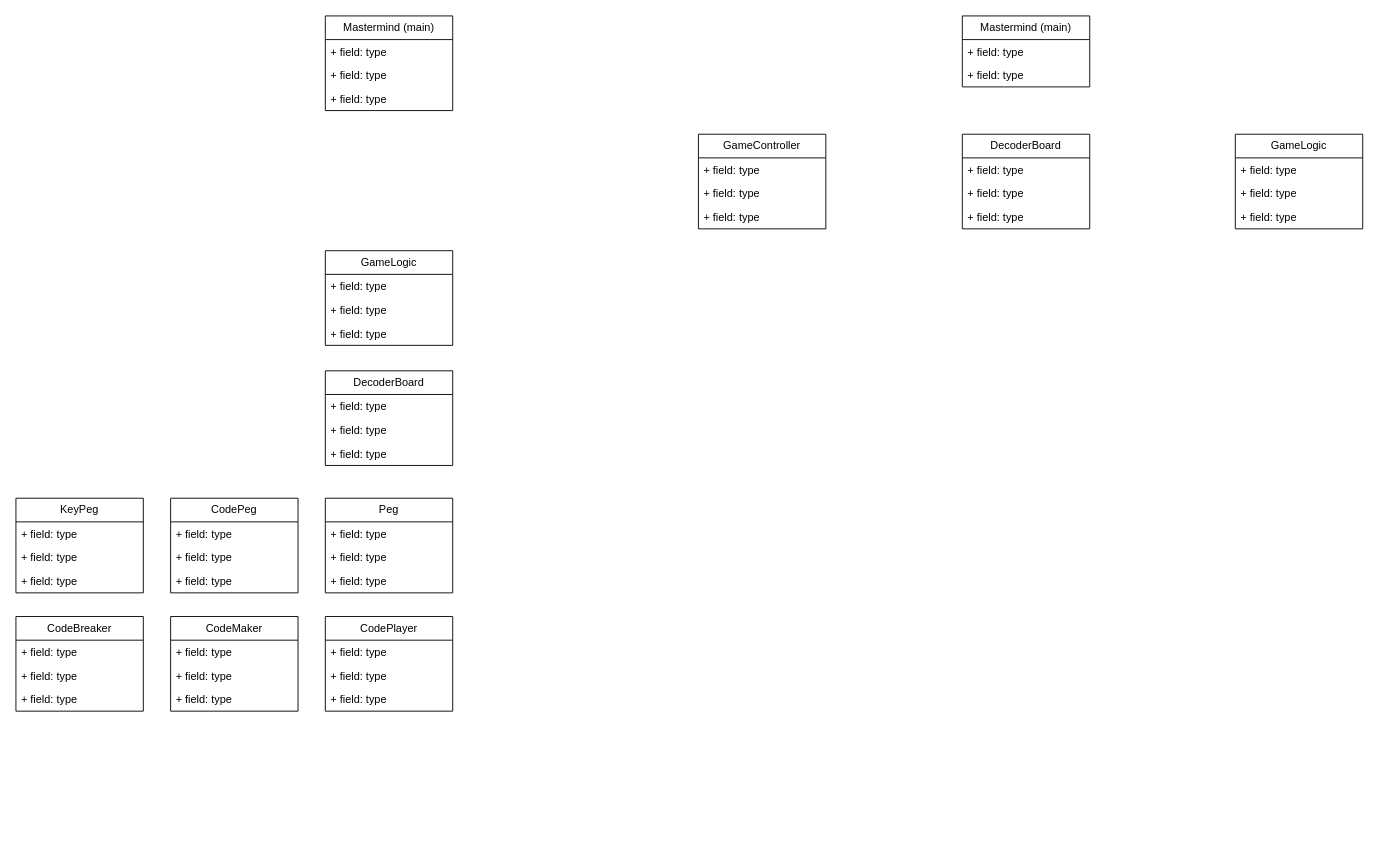
This is mastermind.drawio from ZephyRemix/mastermind-boardgame, a draw.io file, before an edit. Source tidied: cells renumbered, new cells numbered last; positions are measured from the earlier drawing's top-left corner, leaving out a move shared by most shapes. Both pictures are drawn from the tidied source at 91%, with x=0, y=0 at pixel (15, 15).
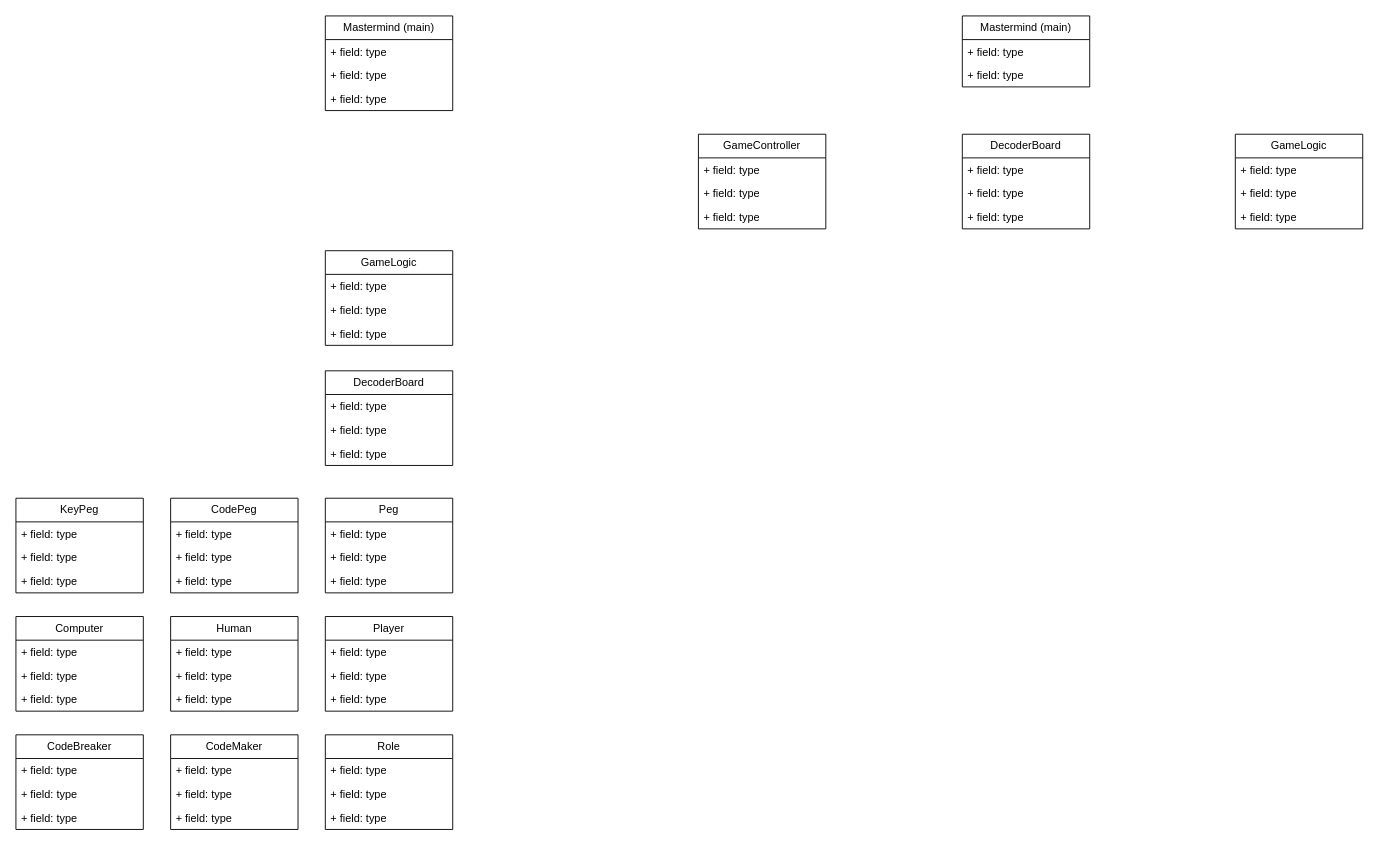
Above is the later version.

The edit, as a diff of the source:
```diff
@@
-    <mxCell id="30" value="CodePlayer" style="swimlane;fontStyle=0;horizontal=1;startSize=26;fillColor=none;whiteSpace=wrap;html=1;" parent="1" vertex="1">
+    <mxCell id="30" value="Player" style="swimlane;fontStyle=0;horizontal=1;startSize=26;fillColor=none;whiteSpace=wrap;html=1;" parent="1" vertex="1">
       <mxGeometry x="340" y="660" width="140" height="104" as="geometry" />
     </mxCell>
@@
-    <mxCell id="34" value="CodeMaker" style="swimlane;fontStyle=0;horizontal=1;startSize=26;fillColor=none;whiteSpace=wrap;html=1;" parent="1" vertex="1">
+    <mxCell id="34" value="Human" style="swimlane;fontStyle=0;horizontal=1;startSize=26;fillColor=none;whiteSpace=wrap;html=1;" parent="1" vertex="1">
       <mxGeometry x="170" y="660" width="140" height="104" as="geometry" />
     </mxCell>
@@
-    <mxCell id="38" value="CodeBreaker" style="swimlane;fontStyle=0;horizontal=1;startSize=26;fillColor=none;whiteSpace=wrap;html=1;" parent="1" vertex="1">
+    <mxCell id="38" value="Computer" style="swimlane;fontStyle=0;horizontal=1;startSize=26;fillColor=none;whiteSpace=wrap;html=1;" parent="1" vertex="1">
       <mxGeometry y="660" width="140" height="104" as="geometry" />
     </mxCell>
@@
+    <mxCell id="53" value="CodeBreaker" style="swimlane;fontStyle=0;horizontal=1;startSize=26;fillColor=none;whiteSpace=wrap;html=1;" parent="1" vertex="1">
+      <mxGeometry y="790" width="140" height="104" as="geometry" />
+    </mxCell>
+    <mxCell id="54" value="+ field: type" style="text;strokeColor=none;fillColor=none;align=left;verticalAlign=top;spacingLeft=4;spacingRight=4;overflow=hidden;whiteSpace=wrap;html=1;" parent="53" vertex="1">
+      <mxGeometry y="26" width="140" height="26" as="geometry" />
+    </mxCell>
+    <mxCell id="55" value="+ field: type" style="text;strokeColor=none;fillColor=none;align=left;verticalAlign=top;spacingLeft=4;spacingRight=4;overflow=hidden;whiteSpace=wrap;html=1;" parent="53" vertex="1">
+      <mxGeometry y="52" width="140" height="26" as="geometry" />
+    </mxCell>
+    <mxCell id="56" value="+ field: type" style="text;strokeColor=none;fillColor=none;align=left;verticalAlign=top;spacingLeft=4;spacingRight=4;overflow=hidden;whiteSpace=wrap;html=1;" parent="53" vertex="1">
+      <mxGeometry y="78" width="140" height="26" as="geometry" />
+    </mxCell>
+    <mxCell id="57" value="CodeMaker" style="swimlane;fontStyle=0;horizontal=1;startSize=26;fillColor=none;whiteSpace=wrap;html=1;" parent="1" vertex="1">
+      <mxGeometry x="170" y="790" width="140" height="104" as="geometry" />
+    </mxCell>
+    <mxCell id="58" value="+ field: type" style="text;strokeColor=none;fillColor=none;align=left;verticalAlign=top;spacingLeft=4;spacingRight=4;overflow=hidden;whiteSpace=wrap;html=1;" parent="57" vertex="1">
+      <mxGeometry y="26" width="140" height="26" as="geometry" />
+    </mxCell>
+    <mxCell id="59" value="+ field: type" style="text;strokeColor=none;fillColor=none;align=left;verticalAlign=top;spacingLeft=4;spacingRight=4;overflow=hidden;whiteSpace=wrap;html=1;" parent="57" vertex="1">
+      <mxGeometry y="52" width="140" height="26" as="geometry" />
+    </mxCell>
+    <mxCell id="60" value="+ field: type" style="text;strokeColor=none;fillColor=none;align=left;verticalAlign=top;spacingLeft=4;spacingRight=4;overflow=hidden;whiteSpace=wrap;html=1;" parent="57" vertex="1">
+      <mxGeometry y="78" width="140" height="26" as="geometry" />
+    </mxCell>
+    <mxCell id="61" value="Role" style="swimlane;fontStyle=0;horizontal=1;startSize=26;fillColor=none;whiteSpace=wrap;html=1;" parent="1" vertex="1">
+      <mxGeometry x="340" y="790" width="140" height="104" as="geometry" />
+    </mxCell>
+    <mxCell id="62" value="+ field: type" style="text;strokeColor=none;fillColor=none;align=left;verticalAlign=top;spacingLeft=4;spacingRight=4;overflow=hidden;whiteSpace=wrap;html=1;" parent="61" vertex="1">
+      <mxGeometry y="26" width="140" height="26" as="geometry" />
+    </mxCell>
+    <mxCell id="63" value="+ field: type" style="text;strokeColor=none;fillColor=none;align=left;verticalAlign=top;spacingLeft=4;spacingRight=4;overflow=hidden;whiteSpace=wrap;html=1;" parent="61" vertex="1">
+      <mxGeometry y="52" width="140" height="26" as="geometry" />
+    </mxCell>
+    <mxCell id="64" value="+ field: type" style="text;strokeColor=none;fillColor=none;align=left;verticalAlign=top;spacingLeft=4;spacingRight=4;overflow=hidden;whiteSpace=wrap;html=1;" parent="61" vertex="1">
+      <mxGeometry y="78" width="140" height="26" as="geometry" />
+    </mxCell>
```
